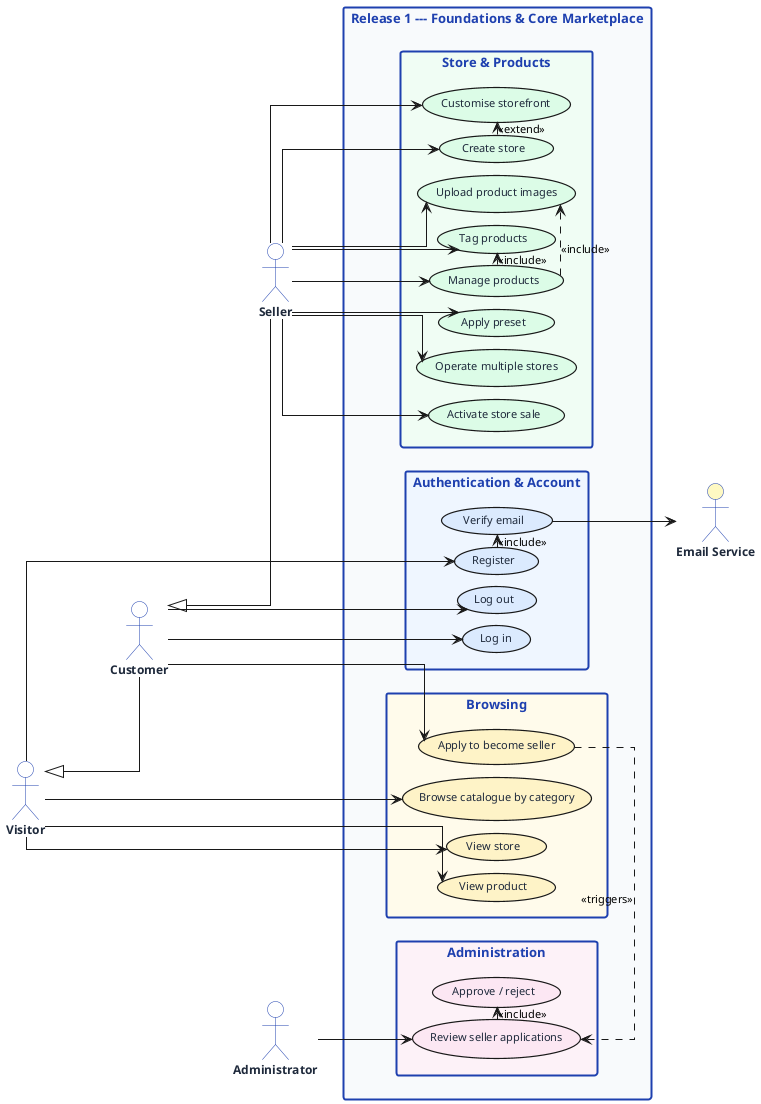
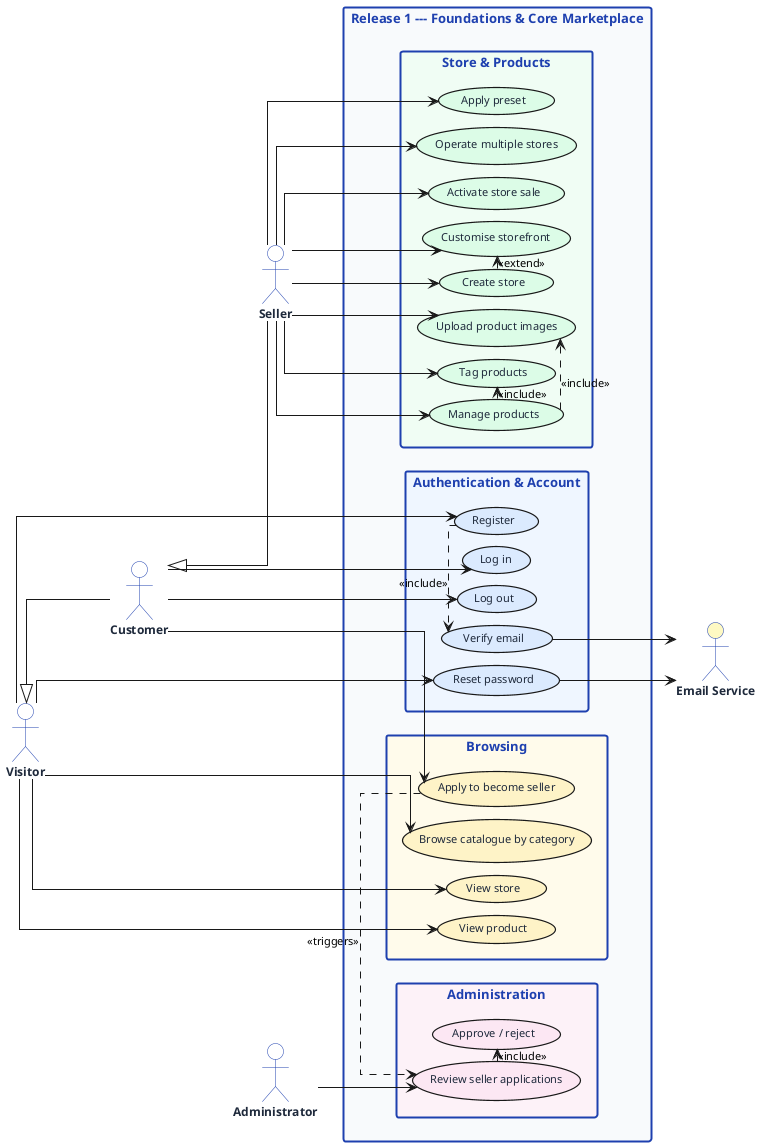
@startuml uc-release1

skinparam defaultFontName Helvetica
skinparam defaultFontSize 11
skinparam backgroundColor #FFFFFF
skinparam shadowing false
skinparam packageStyle rectangle
skinparam linetype ortho
skinparam nodesep 12
skinparam ranksep 65

skinparam actor {
  BackgroundColor #FFFFFF
  BorderColor #1E40AF
  FontColor #1E293B
  FontStyle bold
  FontSize 12
}
skinparam usecase {
  BorderThickness 1.2
  FontColor #1E293B
  FontSize 11
}
skinparam rectangle {
  BackgroundColor #F8FAFC
  BorderColor #1E40AF
  BorderThickness 2
  FontColor #1E40AF
  FontStyle bold
  FontSize 13
}

left to right direction

' ── Primary actors (LEFT) ───────────────────────────────────
actor Visitor       as Visitor
actor Customer      as Customer
actor Seller        as Seller
actor Administrator as Admin

Visitor  <|-- Customer
Customer <|-- Seller

rectangle "Release 1 --- Foundations & Core Marketplace" {

  rectangle "Authentication & Account" #EFF6FF {
    (Register)                     as A1 #DBEAFE
    (Verify email)                 as A2 #DBEAFE
    (Log in)                       as A3 #DBEAFE
    (Log out)                      as A4 #DBEAFE
+     (Reset password)               as A5 #DBEAFE
  }

  rectangle "Browsing" #FFFBEB {
    (Browse catalogue by category) as B1 #FEF3C7
    (View store)                   as B2 #FEF3C7
    (View product)                 as B3 #FEF3C7
    (Apply to become seller)       as B4 #FEF3C7
  }

  rectangle "Store & Products" #F0FDF4 {
    (Create store)                 as S1 #DCFCE7
    (Customise storefront)         as S2 #DCFCE7
    (Apply preset)                 as S3 #DCFCE7
    (Operate multiple stores)      as S4 #DCFCE7
    (Manage products)              as S5 #DCFCE7
    (Upload product images)        as S6 #DCFCE7
    (Tag products)                 as S7 #DCFCE7
    (Activate store sale)          as S8 #DCFCE7
  }

  rectangle "Administration" #FDF2F8 {
    (Review seller applications)   as D1 #FCE7F3
    (Approve / reject)             as D2 #FCE7F3
  }
}

' ── Secondary actor (RIGHT) ─────────────────────────────────
actor "Email Service" as MAIL #FEF9C3

' ── Associations ────────────────────────────────────────────
Visitor  --> A1
+ Visitor  --> A5
Visitor  --> B1
Visitor  --> B2
Visitor  --> B3
Customer --> A3
Customer --> A4
Customer --> B4
Seller   --> S1
Seller   --> S2
Seller   --> S3
Seller   --> S4
Seller   --> S5
Seller   --> S6
Seller   --> S7
Seller   --> S8
Admin    --> D1

' ── Include / extend / triggers ─────────────────────────────
A1 .> A2 : <<include>>
S1 .> S2 : <<extend>>
S5 .> S6 : <<include>>
S5 .> S7 : <<include>>
B4 .> D1 : <<triggers>>
D1 .> D2 : <<include>>
A2 --> MAIL
+ A5 --> MAIL

@enduml
